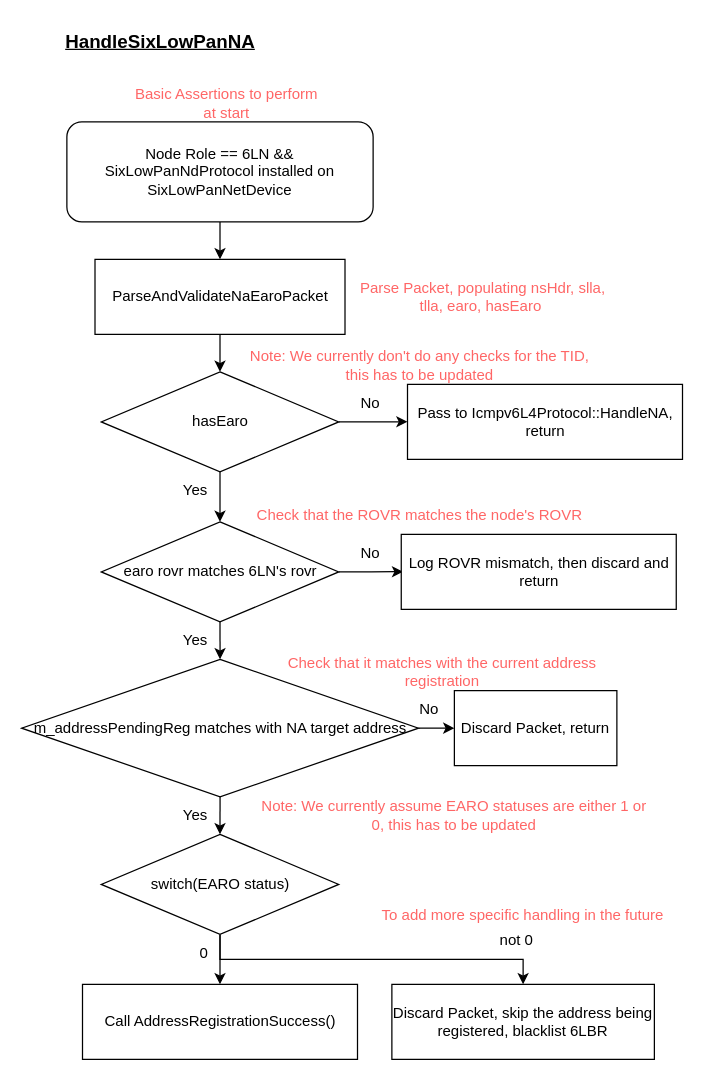
The draw.io diagram src/sixlowpan/doc/figures/HandleSixLowPanNA.drawio in Donix212/urop-hybrid-mesh-net, before the edit. Source tidied: cells renumbered, new cells numbered last; positions are measured from the earlier drawing's top-left corner, leaving out a move shared by most shapes. Both pictures are drawn from the tidied source at 125%, with x=0, y=0 at pixel (21, 21).
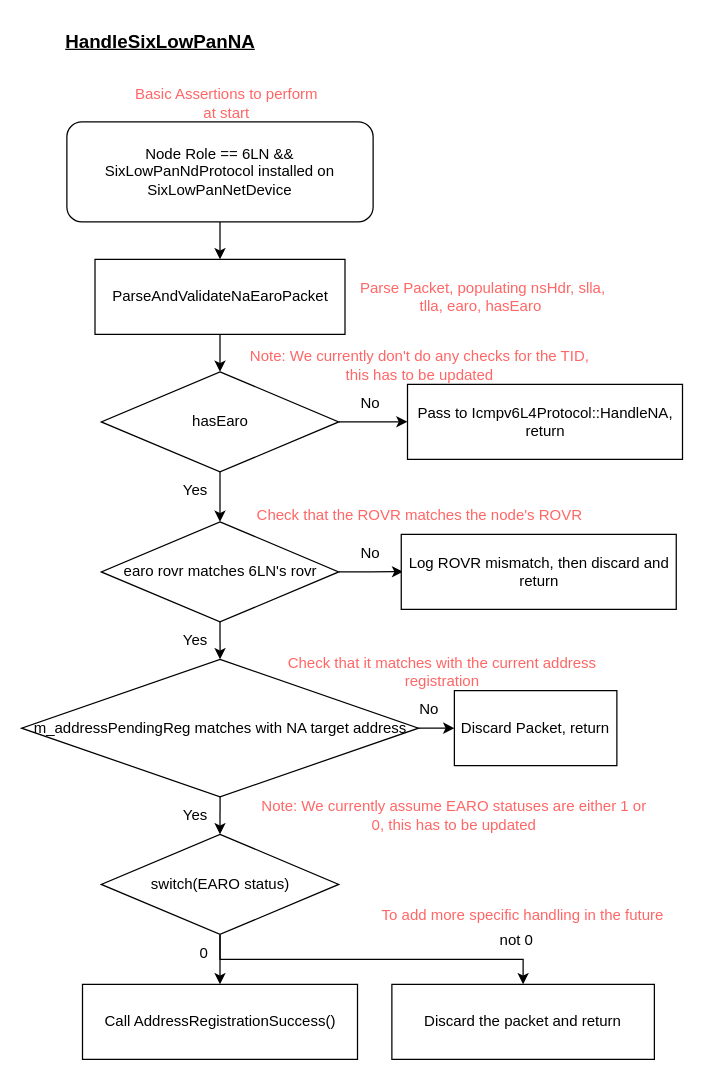
After the change.

Commit message (it also covers changes not shown here):
sixlowpan: update figures

Diff of the diagram source:
```diff
@@
-    <mxCell id="35" value="Discard Packet, skip the address being registered, blacklist 6LBR" style="rounded=0;whiteSpace=wrap;html=1;" parent="1" vertex="1">
+    <mxCell id="35" value="Discard the packet and return" style="rounded=0;whiteSpace=wrap;html=1;" parent="1" vertex="1">
       <mxGeometry x="296" y="770" width="210" height="60" as="geometry" />
     </mxCell>
```
